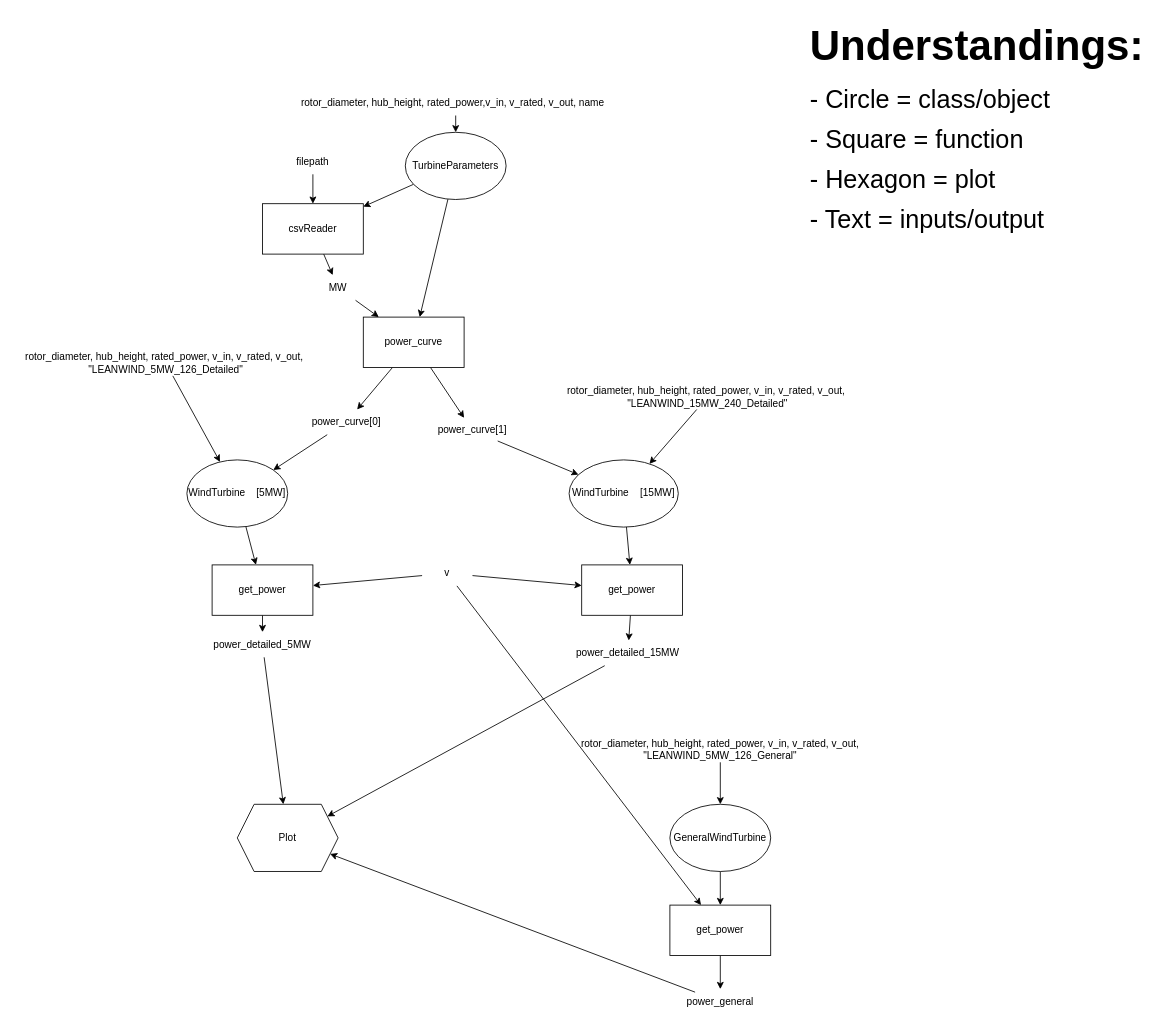
Before: Diagram.drawio in DTUWindEducation/final-project-brunchyy, a draw.io diagram. Source tidied: cells renumbered, new cells numbered last; positions are measured from the earlier drawing's top-left corner, leaving out a move shared by most shapes. Both pictures are drawn from the tidied source at 84%, with x=0, y=0 at pixel (14, 14).
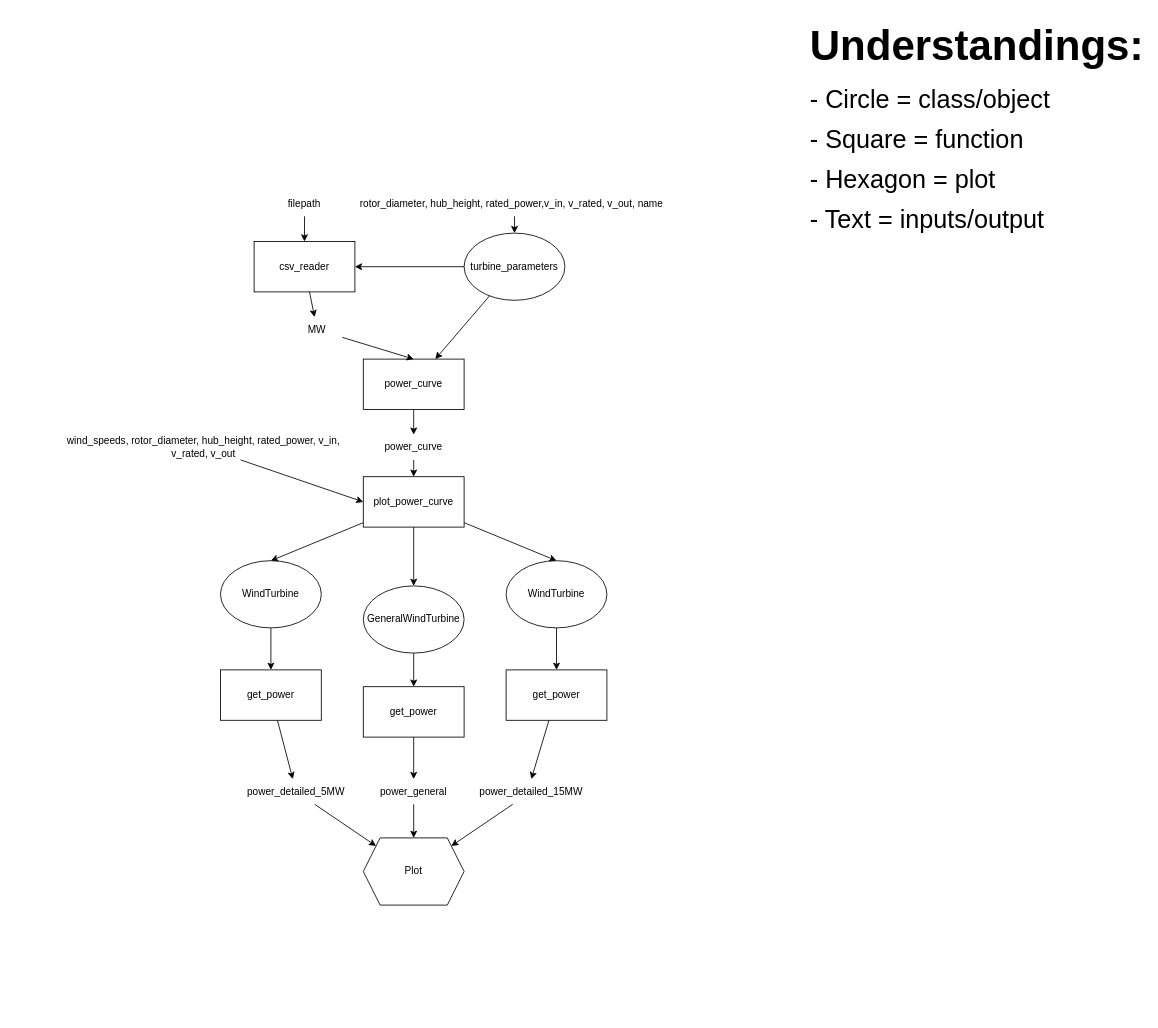
The same page after the edit.

Change to the diagram source:
```diff
@@
-    <mxCell id="3" value="csvReader" style="rounded=0;whiteSpace=wrap;html=1;" parent="1" vertex="1">
-      <mxGeometry x="295" y="225" width="120" height="60" as="geometry" />
+    <mxCell id="3" value="csv_r&lt;span style=&quot;background-color: transparent;&quot;&gt;eader&lt;/span&gt;" style="rounded=0;whiteSpace=wrap;html=1;" parent="1" vertex="1">
+      <mxGeometry x="285" y="270" width="120" height="60" as="geometry" />
     </mxCell>
@@
     <mxCell id="5" value="filepath" style="text;html=1;align=center;verticalAlign=middle;whiteSpace=wrap;rounded=0;" parent="1" vertex="1">
-      <mxGeometry x="325" y="160" width="60" height="30" as="geometry" />
+      <mxGeometry x="315" y="210" width="60" height="30" as="geometry" />
     </mxCell>
@@
     <mxCell id="7" value="rotor_diameter, hub_height, rated_power,v_in, v_rated, v_out, name&amp;nbsp;&amp;nbsp;" style="text;html=1;align=center;verticalAlign=middle;whiteSpace=wrap;rounded=0;" parent="1" vertex="1">
-      <mxGeometry x="330" y="90" width="390" height="30" as="geometry" />
+      <mxGeometry x="400" y="210" width="390" height="30" as="geometry" />
     </mxCell>
@@
-    <mxCell id="10" value="TurbineParameters" style="ellipse;whiteSpace=wrap;html=1;" parent="1" vertex="1">
-      <mxGeometry x="465" y="140" width="120" height="80" as="geometry" />
+    <mxCell id="10" value="turbine_parameters" style="ellipse;whiteSpace=wrap;html=1;" parent="1" vertex="1">
+      <mxGeometry x="535" y="260" width="120" height="80" as="geometry" />
     </mxCell>
@@
-    <mxCell id="12" style="edgeStyle=none;html=1;" parent="1" edge="1" source="13" target="47">
-      <mxGeometry relative="1" as="geometry" />
-    </mxCell>
     <mxCell id="13" value="&lt;span style=&quot;color: rgb(0, 0, 0);&quot;&gt;power_curve&lt;/span&gt;" style="rounded=0;whiteSpace=wrap;html=1;" parent="1" vertex="1">
-      <mxGeometry x="415" y="360" width="120" height="60" as="geometry" />
+      <mxGeometry x="415" y="410" width="120" height="60" as="geometry" />
     </mxCell>
-    <mxCell id="14" style="edgeStyle=none;html=1;" parent="1" edge="1" source="15" target="13">
+    <mxCell id="14" style="edgeStyle=none;html=1;entryX=0.5;entryY=0;entryDx=0;entryDy=0;" parent="1" edge="1" source="15" target="13">
       <mxGeometry relative="1" as="geometry" />
     </mxCell>
     <mxCell id="15" value="MW" style="text;html=1;align=center;verticalAlign=middle;whiteSpace=wrap;rounded=0;" parent="1" vertex="1">
-      <mxGeometry x="355" y="310" width="60" height="30" as="geometry" />
+      <mxGeometry x="330" y="360" width="60" height="30" as="geometry" />
     </mxCell>
-    <mxCell id="16" style="edgeStyle=none;html=1;" parent="1" edge="1" source="48" target="23">
+    <mxCell id="16" style="edgeStyle=none;html=1;entryX=0.5;entryY=0;entryDx=0;entryDy=0;" parent="1" edge="1" source="48" target="53">
       <mxGeometry relative="1" as="geometry" />
     </mxCell>
-    <mxCell id="17" style="edgeStyle=none;html=1;" parent="1" edge="1" source="47" target="27">
-      <mxGeometry relative="1" as="geometry" />
-    </mxCell>
-    <mxCell id="18" style="edgeStyle=none;html=1;" parent="1" edge="1" source="19" target="21">
-      <mxGeometry relative="1" as="geometry" />
-    </mxCell>
-    <mxCell id="19" value="rotor_diameter, hub_height, rated_power, v_in, v_rated, v_out, &quot;LEANWIND_5MW_126_General&quot;" style="text;html=1;align=center;verticalAlign=middle;whiteSpace=wrap;rounded=0;" parent="1" vertex="1">
-      <mxGeometry x="660" y="860" width="360" height="30" as="geometry" />
-    </mxCell>
@@
     <mxCell id="21" value="GeneralWindTurbine" style="ellipse;whiteSpace=wrap;html=1;" parent="1" vertex="1">
-      <mxGeometry x="780" y="940" width="120" height="80" as="geometry" />
+      <mxGeometry x="415" y="680" width="120" height="80" as="geometry" />
     </mxCell>
-    <mxCell id="22" style="edgeStyle=none;html=1;" parent="1" edge="1" source="23" target="39">
-      <mxGeometry relative="1" as="geometry" />
-    </mxCell>
-    <mxCell id="23" value="WindTurbine&amp;nbsp; &amp;nbsp; [5MW]" style="ellipse;whiteSpace=wrap;html=1;" parent="1" vertex="1">
-      <mxGeometry x="205" y="530" width="120" height="80" as="geometry" />
-    </mxCell>
-    <mxCell id="24" style="edgeStyle=none;html=1;" parent="1" edge="1" source="25" target="23">
+    <mxCell id="24" style="edgeStyle=none;html=1;entryX=0;entryY=0.5;entryDx=0;entryDy=0;" parent="1" edge="1" source="25" target="53">
       <mxGeometry relative="1" as="geometry" />
     </mxCell>
-    <mxCell id="25" value="rotor_diameter, hub_height, rated_power, v_in, v_rated, v_out,&amp;nbsp; &quot;LEANWIND_5MW_126_Detailed&quot;" style="text;html=1;align=center;verticalAlign=middle;whiteSpace=wrap;rounded=0;" parent="1" vertex="1">
-      <mxGeometry y="400" width="360" height="30" as="geometry" />
+    <mxCell id="25" value="wind_speeds, rotor_diameter, hub_height, rated_power, v_in, v_rated, v_out" style="text;html=1;align=center;verticalAlign=middle;whiteSpace=wrap;rounded=0;" parent="1" vertex="1">
+      <mxGeometry x="45" y="500" width="360" height="30" as="geometry" />
     </mxCell>
-    <mxCell id="26" style="edgeStyle=none;html=1;" parent="1" edge="1" source="27" target="41">
-      <mxGeometry relative="1" as="geometry" />
-    </mxCell>
-    <mxCell id="27" value="WindTurbine&amp;nbsp; &amp;nbsp; [15MW]" style="ellipse;whiteSpace=wrap;html=1;" parent="1" vertex="1">
-      <mxGeometry x="660" y="530" width="130" height="80" as="geometry" />
-    </mxCell>
-    <mxCell id="28" style="edgeStyle=none;html=1;" parent="1" edge="1" source="29" target="27">
-      <mxGeometry relative="1" as="geometry" />
-    </mxCell>
-    <mxCell id="29" value="rotor_diameter, hub_height, rated_power, v_in, v_rated, v_out,&amp;nbsp; &quot;LEANWIND_15MW_240_Detailed&quot;" style="text;html=1;align=center;verticalAlign=middle;whiteSpace=wrap;rounded=0;" parent="1" vertex="1">
-      <mxGeometry x="645" y="440" width="360" height="30" as="geometry" />
-    </mxCell>
@@
     <mxCell id="31" value="get_power" style="rounded=0;whiteSpace=wrap;html=1;" parent="1" vertex="1">
-      <mxGeometry x="780" y="1060" width="120" height="60" as="geometry" />
+      <mxGeometry x="415" y="800" width="120" height="60" as="geometry" />
     </mxCell>
@@
     <mxCell id="33" value="power_general" style="text;html=1;align=center;verticalAlign=middle;whiteSpace=wrap;rounded=0;" parent="1" vertex="1">
-      <mxGeometry x="810" y="1160" width="60" height="30" as="geometry" />
+      <mxGeometry x="445" y="910" width="60" height="30" as="geometry" />
     </mxCell>
-    <mxCell id="34" style="edgeStyle=none;html=1;" parent="1" edge="1" source="37" target="31">
-      <mxGeometry relative="1" as="geometry" />
-    </mxCell>
-    <mxCell id="35" style="edgeStyle=none;html=1;" parent="1" edge="1" source="37" target="39">
-      <mxGeometry relative="1" as="geometry" />
-    </mxCell>
-    <mxCell id="36" style="edgeStyle=none;html=1;" parent="1" edge="1" source="37" target="41">
-      <mxGeometry relative="1" as="geometry" />
-    </mxCell>
-    <mxCell id="37" value="v" style="text;html=1;align=center;verticalAlign=middle;whiteSpace=wrap;rounded=0;" parent="1" vertex="1">
-      <mxGeometry x="485" y="650" width="60" height="30" as="geometry" />
-    </mxCell>
@@
     <mxCell id="39" value="&lt;span style=&quot;color: rgb(0, 0, 0);&quot;&gt;get_power&lt;/span&gt;" style="rounded=0;whiteSpace=wrap;html=1;" parent="1" vertex="1">
-      <mxGeometry x="235" y="655" width="120" height="60" as="geometry" />
+      <mxGeometry x="245" y="780" width="120" height="60" as="geometry" />
     </mxCell>
-    <mxCell id="40" style="edgeStyle=none;html=1;" parent="1" edge="1" source="41" target="45">
+    <mxCell id="40" style="edgeStyle=none;html=1;entryX=0.5;entryY=0;entryDx=0;entryDy=0;" parent="1" edge="1" source="41" target="45">
       <mxGeometry relative="1" as="geometry" />
     </mxCell>
     <mxCell id="41" value="&lt;span style=&quot;color: rgb(0, 0, 0);&quot;&gt;get_power&lt;/span&gt;" style="rounded=0;whiteSpace=wrap;html=1;" parent="1" vertex="1">
-      <mxGeometry x="675" y="655" width="120" height="60" as="geometry" />
+      <mxGeometry x="585" y="780" width="120" height="60" as="geometry" />
     </mxCell>
@@
     <mxCell id="43" value="power_detailed_5MW" style="text;html=1;align=center;verticalAlign=middle;whiteSpace=wrap;rounded=0;" parent="1" vertex="1">
-      <mxGeometry x="265" y="735" width="60" height="30" as="geometry" />
+      <mxGeometry x="305" y="910" width="60" height="30" as="geometry" />
     </mxCell>
@@
     <mxCell id="45" value="power_detailed_15MW" style="text;html=1;align=center;verticalAlign=middle;whiteSpace=wrap;rounded=0;" parent="1" vertex="1">
-      <mxGeometry x="700" y="745" width="60" height="30" as="geometry" />
+      <mxGeometry x="585" y="910" width="60" height="30" as="geometry" />
     </mxCell>
     <mxCell id="46" value="Plot" style="shape=hexagon;perimeter=hexagonPerimeter2;whiteSpace=wrap;html=1;fixedSize=1;" parent="1" vertex="1">
-      <mxGeometry x="265" y="940" width="120" height="80" as="geometry" />
+      <mxGeometry x="415" y="980" width="120" height="80" as="geometry" />
     </mxCell>
-    <mxCell id="47" value="&lt;span style=&quot;color: rgb(0, 0, 0);&quot;&gt;power_curve[1]&lt;/span&gt;" style="text;html=1;align=center;verticalAlign=middle;whiteSpace=wrap;rounded=0;" parent="1" vertex="1">
-      <mxGeometry x="515" y="480" width="60" height="30" as="geometry" />
-    </mxCell>
-    <mxCell id="48" value="&lt;span style=&quot;color: rgb(0, 0, 0);&quot;&gt;power_curve[0]&lt;/span&gt;" style="text;html=1;align=center;verticalAlign=middle;whiteSpace=wrap;rounded=0;" parent="1" vertex="1">
-      <mxGeometry x="365" y="470" width="60" height="30" as="geometry" />
+    <mxCell id="48" value="&lt;span style=&quot;color: rgb(0, 0, 0);&quot;&gt;power_curve&lt;/span&gt;" style="text;html=1;align=center;verticalAlign=middle;whiteSpace=wrap;rounded=0;" parent="1" vertex="1">
+      <mxGeometry x="445" y="500" width="60" height="30" as="geometry" />
     </mxCell>
@@
+    <mxCell id="50" style="edgeStyle=none;html=1;" parent="1" edge="1" source="53" target="21">
+      <mxGeometry relative="1" as="geometry" />
+    </mxCell>
+    <mxCell id="51" style="edgeStyle=none;html=1;entryX=0.5;entryY=0;entryDx=0;entryDy=0;" parent="1" edge="1" source="53" target="57">
+      <mxGeometry relative="1" as="geometry" />
+    </mxCell>
+    <mxCell id="52" style="edgeStyle=none;html=1;entryX=0.5;entryY=0;entryDx=0;entryDy=0;" parent="1" edge="1" source="53" target="55">
+      <mxGeometry relative="1" as="geometry" />
+    </mxCell>
+    <mxCell id="53" value="&lt;span style=&quot;color: rgb(0, 0, 0);&quot;&gt;plot_power_curve&lt;/span&gt;" style="rounded=0;whiteSpace=wrap;html=1;" parent="1" vertex="1">
+      <mxGeometry x="415" y="550" width="120" height="60" as="geometry" />
+    </mxCell>
+    <mxCell id="54" style="edgeStyle=none;html=1;" parent="1" edge="1" source="55" target="41">
+      <mxGeometry relative="1" as="geometry" />
+    </mxCell>
+    <mxCell id="55" value="WindTurbine" style="ellipse;whiteSpace=wrap;html=1;" parent="1" vertex="1">
+      <mxGeometry x="585" y="650" width="120" height="80" as="geometry" />
+    </mxCell>
+    <mxCell id="56" style="edgeStyle=none;html=1;" parent="1" edge="1" source="57" target="39">
+      <mxGeometry relative="1" as="geometry" />
+    </mxCell>
+    <mxCell id="57" value="WindTurbine" style="ellipse;whiteSpace=wrap;html=1;" parent="1" vertex="1">
+      <mxGeometry x="245" y="650" width="120" height="80" as="geometry" />
+    </mxCell>
```
